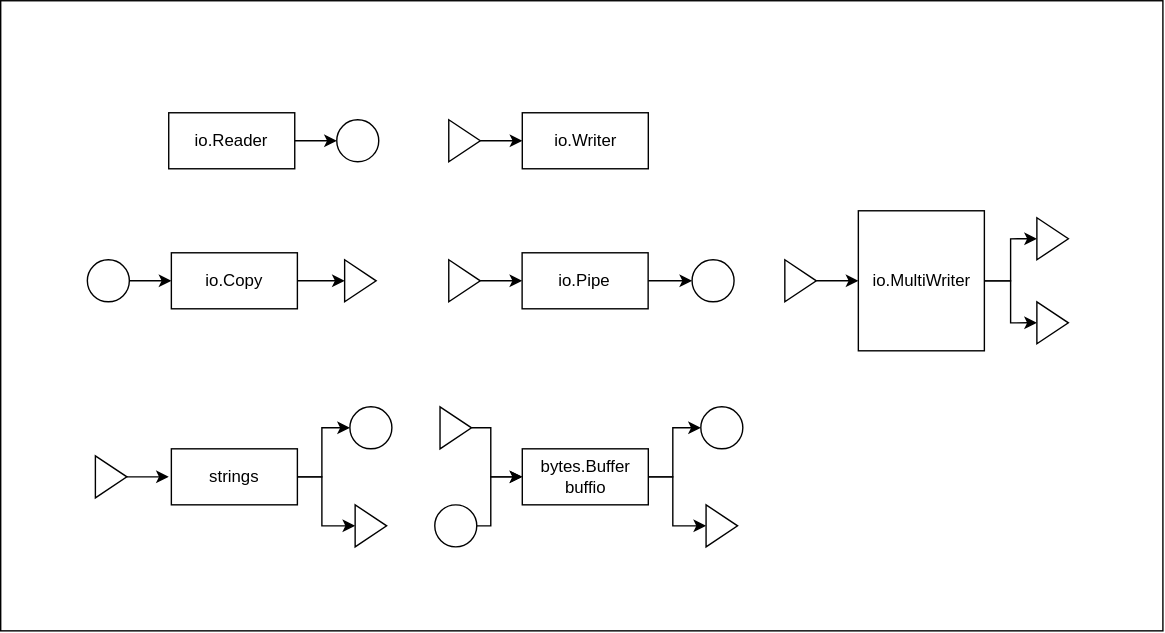
Above: img/connector.drawio.svg in yamagame/go-basic-example (draw.io), before the change. Source tidied: cells renumbered, new cells last; positions are measured from the earlier drawing's top-left corner, leaving out a move shared by most shapes.
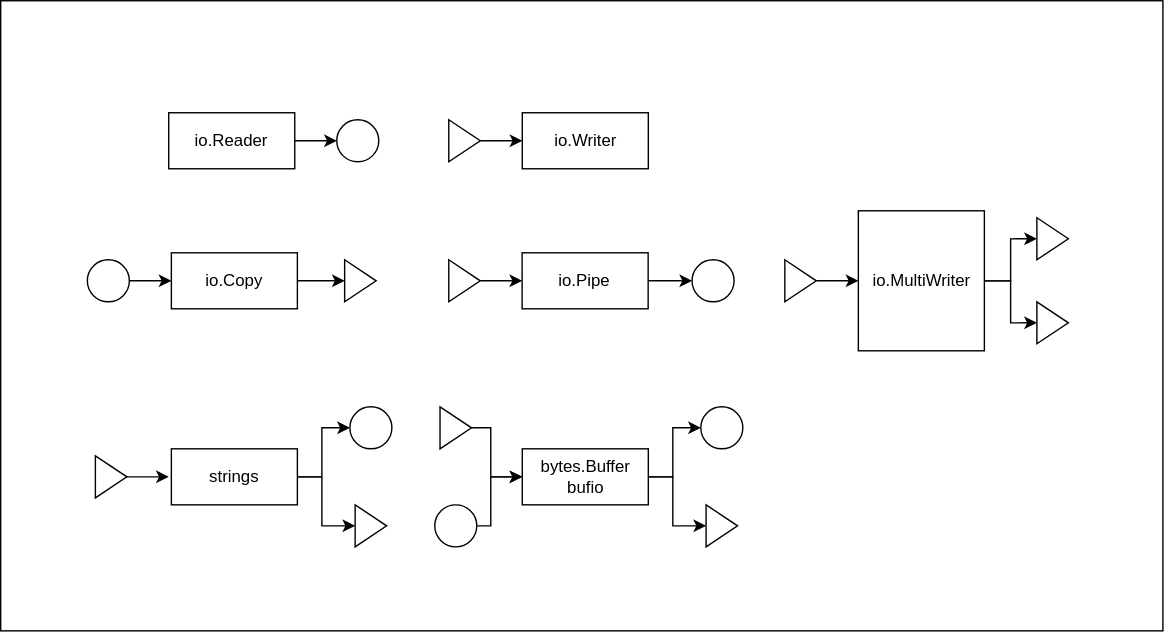
The same file after the commit.

Commit message:
モデル図修正

What changed in the source:
```diff
@@ -90,7 +90,7 @@
         </Array>
       </mxGeometry>
     </mxCell>
-    <mxCell id="28" value="bytes.Buffer&lt;br&gt;buffio" style="rounded=0;whiteSpace=wrap;html=1;" parent="1" vertex="1">
+    <mxCell id="28" value="bytes.Buffer&lt;br&gt;bufio" style="rounded=0;whiteSpace=wrap;html=1;" parent="1" vertex="1">
       <mxGeometry x="372.5" y="320" width="90" height="40" as="geometry" />
     </mxCell>
     <mxCell id="29" style="ellipse;whiteSpace=wrap;html=1;" parent="1" vertex="1">
```
